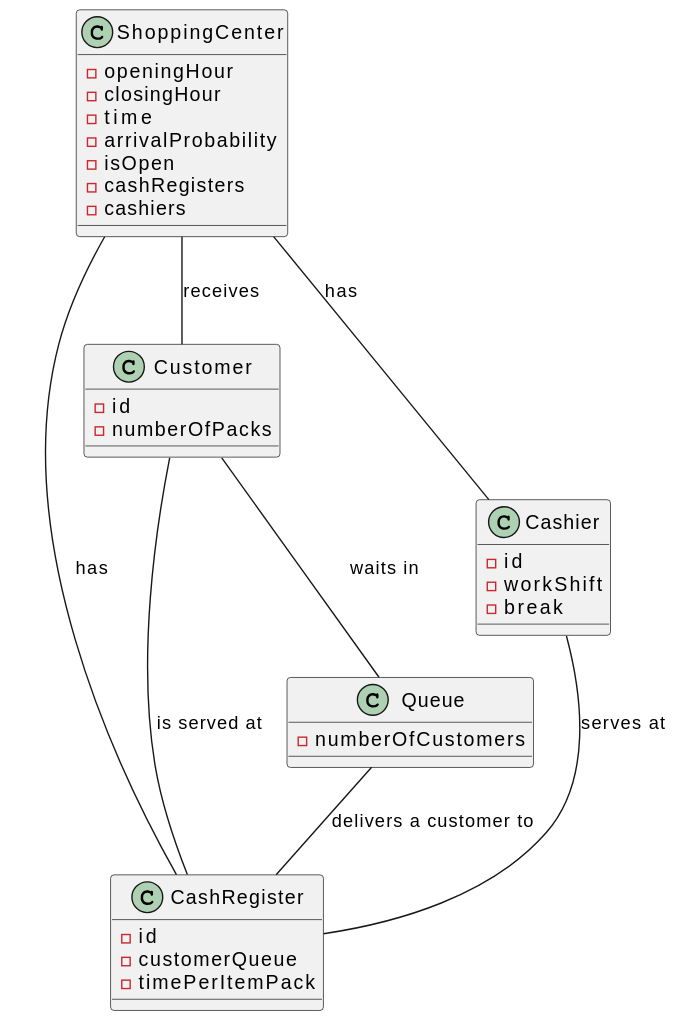
This is images/modelosUML/diagramaCLases.svg from mmasias/23-24-IdSw2-SDD, a PlantUML export, as it was before one commit.
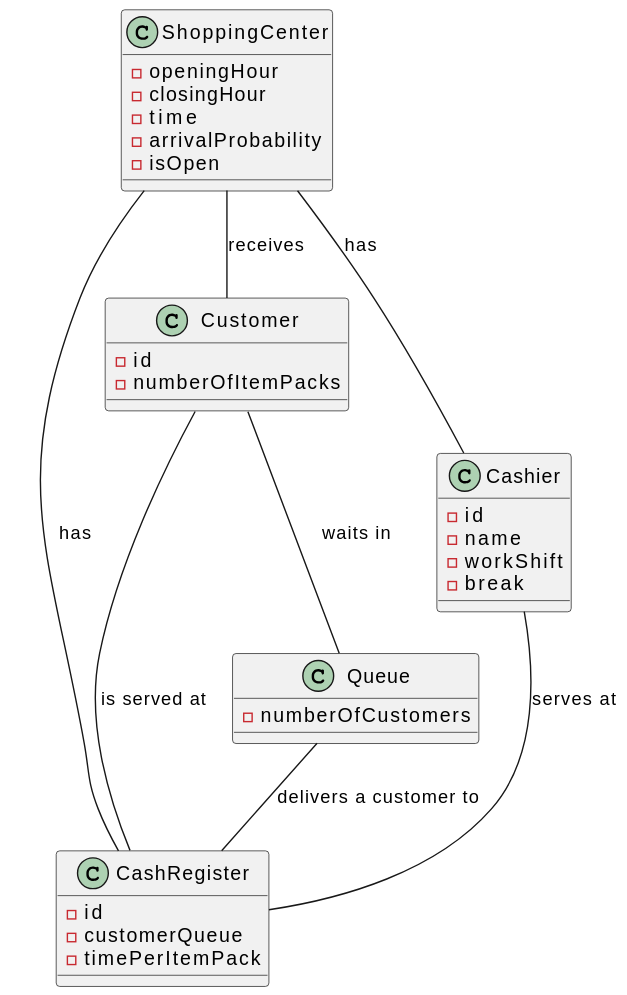
The same file after the commit.

Commit message:
correccion diagrama clases

The edit, as a diff of the source:
```diff
@@ -5,8 +5,6 @@
     - time
     - arrivalProbability
     - isOpen
-    - cashRegisters
-    - cashiers
 }
 
 class CashRegister {
@@ -17,7 +15,7 @@
 
 class Customer {
     - id
-    - numberOfPacks
+    - numberOfItemPacks
 }
 
 class Queue {
@@ -26,6 +24,7 @@
 
 class Cashier {
     - id
+    - name
     - workShift
     - break
 }
```
